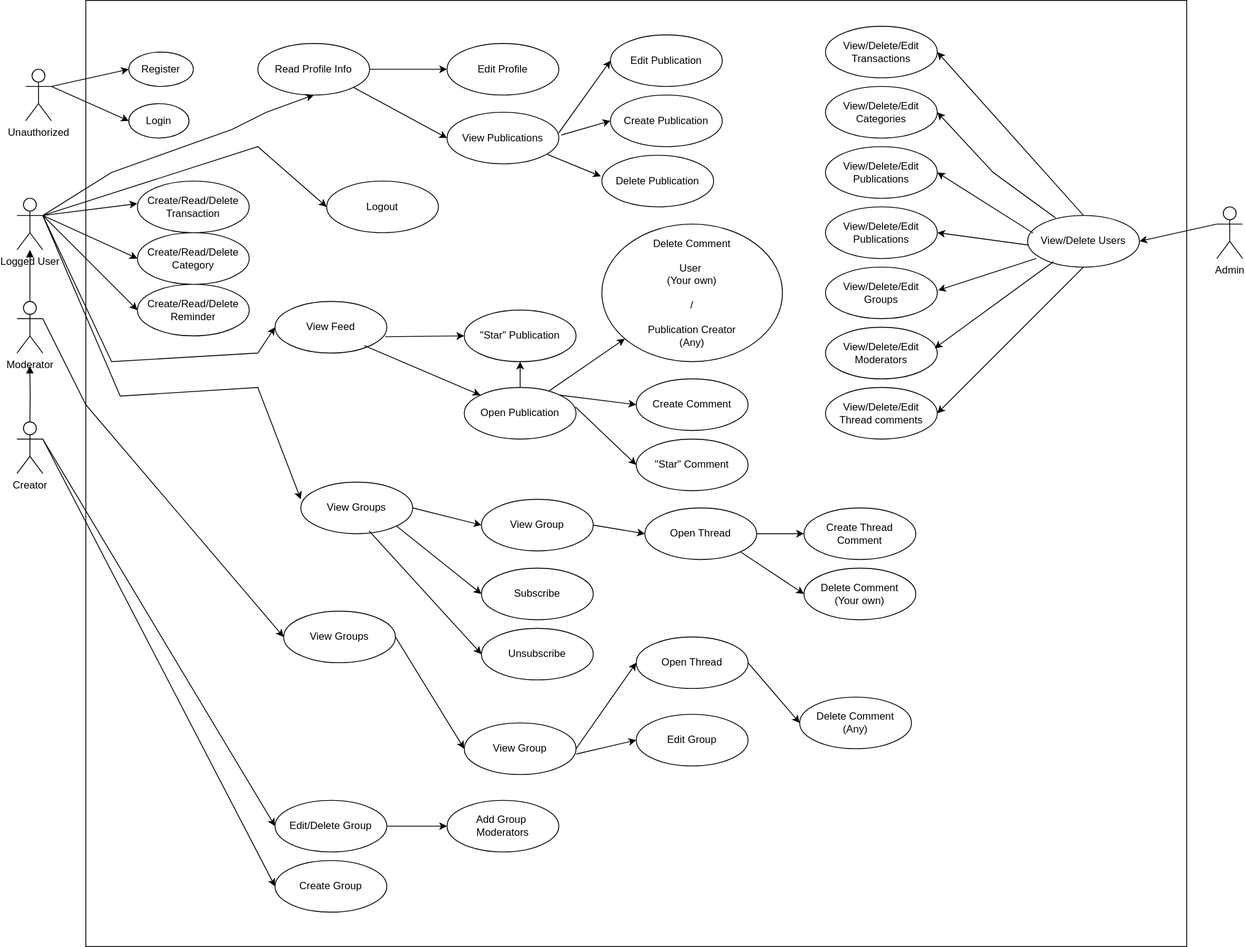
DmytroKhodarevskyi/VUTFIT2024---ITU_MoneyTracker-WebApp keeps this draw.io diagram as imgs/USE CASE IIS.svg. Above is the earlier version. Source tidied: cells renumbered, new cells last; positions are measured from the earlier drawing's top-left corner, leaving out a move shared by most shapes.
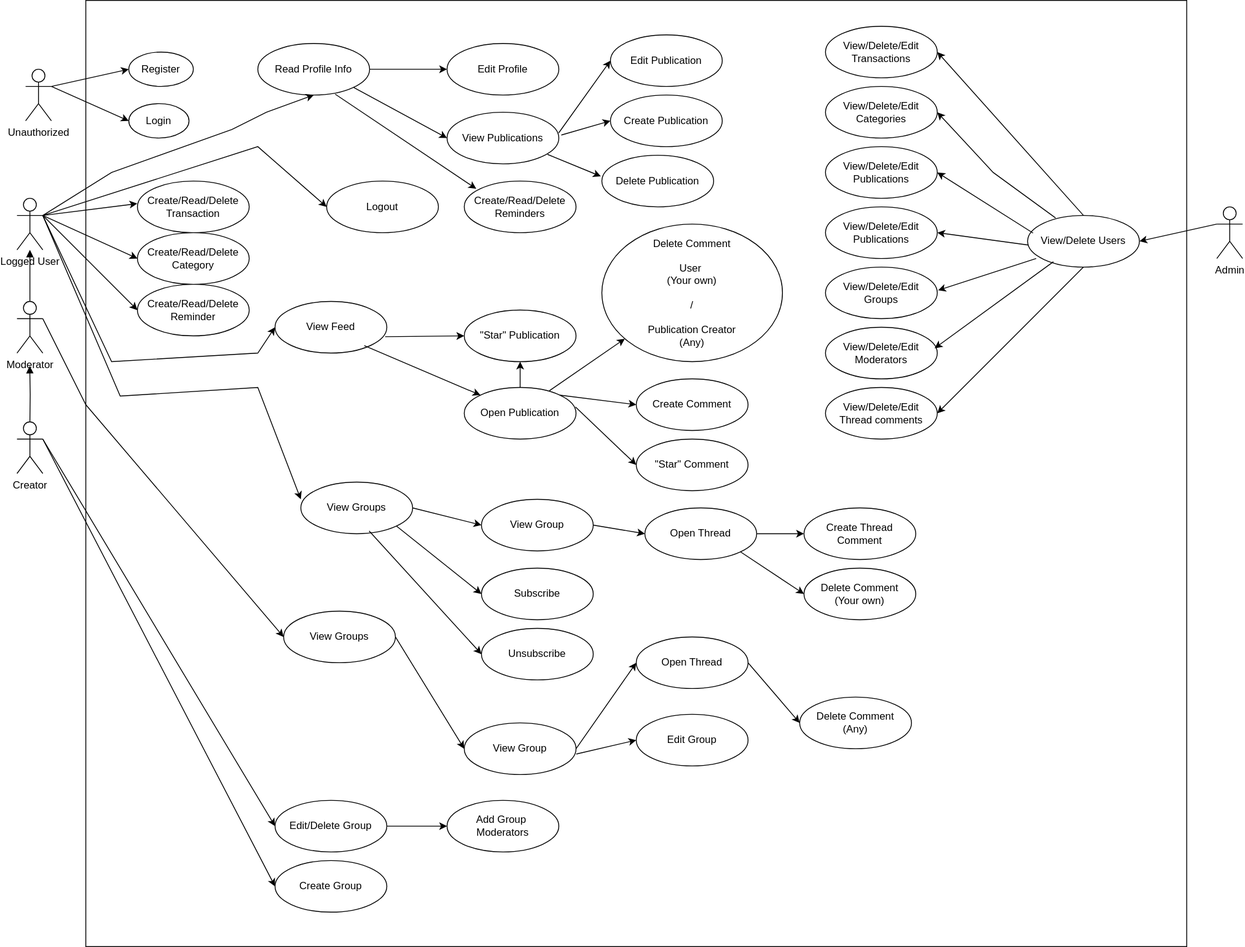
The same diagram one commit later.

Commit message:
diagrams fix, group view styling fix

The edit, as a diff of the source:
```diff
@@ -308,5 +308,14 @@
     <mxCell id="92" style="rounded=0;jettySize=auto;html=1;entryX=1;entryY=0.5;entryDx=0;entryDy=0;exitX=0;exitY=0.3333333333333333;exitDx=0;exitDy=0;exitPerimeter=0;" parent="1" edge="1" source="76" target="77">
       <mxGeometry relative="1" as="geometry" />
     </mxCell>
+    <mxCell id="93" value="Create/Read/Delete&lt;div&gt;Reminders&lt;/div&gt;" style="ellipse;whiteSpace=wrap;html=1;align=center;" parent="1" vertex="1">
+      <mxGeometry x="520" y="210" width="130" height="60" as="geometry" />
+    </mxCell>
+    <mxCell id="94" style="rounded=0;orthogonalLoop=1;jettySize=auto;html=1;" parent="1" edge="1">
+      <mxGeometry relative="1" as="geometry">
+        <mxPoint x="370" y="109" as="sourcePoint" />
+        <mxPoint x="534" y="219" as="targetPoint" />
+      </mxGeometry>
+    </mxCell>
   </root>
 </mxGraphModel>
```
